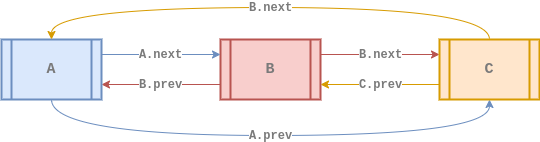
Earlier version of the draw.io export assets/data-structure/linked-list/cll-doubly.png (euisblue/vue-blog). Source tidied: cells renumbered, new cells last; positions are measured from the earlier drawing's top-left corner, leaving out a move shared by most shapes. The source it was exported from:
```xml
<mxGraphModel>
  <root>
    <mxCell id="0" />
    <mxCell id="1" parent="0" />
    <mxCell id="2" value="&lt;font face=&quot;Courier New&quot; color=&quot;#7a7a7a&quot; size=&quot;1&quot;&gt;&lt;b style=&quot;font-size: 12px&quot;&gt;B.next&lt;/b&gt;&lt;/font&gt;" style="edgeStyle=none;rounded=0;jettySize=auto;html=1;exitX=1;exitY=0.25;exitDx=0;exitDy=0;endArrow=classic;endFill=1;strokeColor=#b85450;strokeWidth=1;curved=1;entryX=0;entryY=0.25;entryDx=0;entryDy=0;fillColor=#f8cecc;" parent="1" edge="1" source="4" target="10">
      <mxGeometry x="0.01" relative="1" as="geometry" />
    </mxCell>
    <mxCell id="3" value="&lt;b style=&quot;color: rgb(122 , 122 , 122) ; font-family: &amp;#34;courier new&amp;#34;&quot;&gt;&lt;font style=&quot;font-size: 12px&quot;&gt;B.prev&lt;/font&gt;&lt;/b&gt;" style="rounded=0;jettySize=auto;html=1;exitX=0;exitY=0.75;exitDx=0;exitDy=0;entryX=1;entryY=0.75;entryDx=0;entryDy=0;strokeColor=#b85450;strokeWidth=1;fillColor=#f8cecc;" parent="1" edge="1" source="4" target="7">
      <mxGeometry relative="1" as="geometry" />
    </mxCell>
    <mxCell id="4" value="&lt;b&gt;&lt;font style=&quot;font-size: 15px&quot; face=&quot;Courier New&quot; color=&quot;#7a7a7a&quot;&gt;B&lt;/font&gt;&lt;/b&gt;" style="shape=process;whiteSpace=wrap;html=1;backgroundOutline=1;fillColor=#f8cecc;strokeColor=#b85450;gradientDirection=east;strokeWidth=2;shadow=0;glass=0;sketch=0;" parent="1" vertex="1">
      <mxGeometry x="219" y="32" width="100" height="60" as="geometry" />
    </mxCell>
    <mxCell id="5" value="&lt;b style=&quot;font-size: 11px ; font-style: normal ; letter-spacing: normal ; text-align: center ; text-indent: 0px ; text-transform: none ; word-spacing: 0px ; font-family: &amp;#34;courier new&amp;#34;&quot;&gt;&lt;font style=&quot;font-size: 12px&quot; color=&quot;#7a7a7a&quot;&gt;A.prev&lt;/font&gt;&lt;/b&gt;" style="edgeStyle=orthogonalEdgeStyle;curved=1;rounded=0;sketch=0;jettySize=auto;html=1;exitX=0.5;exitY=1;exitDx=0;exitDy=0;entryX=0.5;entryY=1;entryDx=0;entryDy=0;strokeWidth=1;strokeColor=#6c8ebf;fillColor=#dae8fc;" parent="1" edge="1" source="7" target="10">
      <mxGeometry relative="1" as="geometry">
        <Array as="points">
          <mxPoint x="50" y="128" />
          <mxPoint x="488" y="128" />
        </Array>
      </mxGeometry>
    </mxCell>
    <mxCell id="6" value="&lt;b style=&quot;font-size: 11px ; font-style: normal ; letter-spacing: normal ; text-align: center ; text-indent: 0px ; text-transform: none ; word-spacing: 0px ; font-family: &amp;#34;courier new&amp;#34;&quot;&gt;&lt;font style=&quot;font-size: 12px&quot; color=&quot;#7a7a7a&quot;&gt;A.next&lt;/font&gt;&lt;/b&gt;" style="edgeStyle=orthogonalEdgeStyle;curved=1;rounded=0;sketch=0;jettySize=auto;html=1;exitX=1;exitY=0.25;exitDx=0;exitDy=0;entryX=0;entryY=0.25;entryDx=0;entryDy=0;strokeColor=#6c8ebf;strokeWidth=1;fillColor=#dae8fc;" parent="1" edge="1" source="7" target="4">
      <mxGeometry x="-0.01" relative="1" as="geometry">
        <Array as="points">
          <mxPoint x="159" y="47" />
          <mxPoint x="159" y="47" />
        </Array>
      </mxGeometry>
    </mxCell>
    <mxCell id="7" value="&lt;div&gt;&lt;font color=&quot;#7a7a7a&quot; face=&quot;courier new&quot; style=&quot;font-size: 15px&quot;&gt;A&lt;/font&gt;&lt;/div&gt;" style="shape=process;whiteSpace=wrap;html=1;backgroundOutline=1;fillColor=#dae8fc;strokeColor=#6c8ebf;gradientDirection=east;strokeWidth=2;shadow=0;glass=0;align=center;sketch=0;fontStyle=1;" parent="1" vertex="1">
      <mxGeometry y="32" width="100" height="60" as="geometry" />
    </mxCell>
    <mxCell id="8" value="&lt;font color=&quot;#7a7a7a&quot; face=&quot;courier new&quot;&gt;&lt;span style=&quot;font-size: 12px&quot;&gt;&lt;b&gt;C.prev&lt;/b&gt;&lt;/span&gt;&lt;/font&gt;" style="edgeStyle=orthogonalEdgeStyle;curved=1;rounded=0;jettySize=auto;html=1;exitX=0;exitY=0.75;exitDx=0;exitDy=0;entryX=1;entryY=0.75;entryDx=0;entryDy=0;strokeColor=#d79b00;strokeWidth=1;fillColor=#ffe6cc;" parent="1" edge="1" source="10" target="4">
      <mxGeometry x="-0.01" relative="1" as="geometry" />
    </mxCell>
    <mxCell id="9" value="&lt;b style=&quot;font-size: 11px ; font-style: normal ; letter-spacing: normal ; text-align: center ; text-indent: 0px ; text-transform: none ; word-spacing: 0px ; color: rgb(122 , 122 , 122) ; font-family: &amp;#34;courier new&amp;#34;&quot;&gt;&lt;font style=&quot;font-size: 12px&quot;&gt;B.next&lt;/font&gt;&lt;/b&gt;" style="edgeStyle=orthogonalEdgeStyle;curved=1;rounded=0;sketch=0;jettySize=auto;html=1;exitX=0.5;exitY=0;exitDx=0;exitDy=0;entryX=0.5;entryY=0;entryDx=0;entryDy=0;strokeWidth=1;strokeColor=#d79b00;fillColor=#ffe6cc;" parent="1" edge="1" source="10" target="7">
      <mxGeometry relative="1" as="geometry">
        <Array as="points">
          <mxPoint x="488" />
          <mxPoint x="50" />
        </Array>
      </mxGeometry>
    </mxCell>
    <mxCell id="10" value="&lt;div&gt;&lt;font color=&quot;#7a7a7a&quot; face=&quot;courier new&quot; size=&quot;1&quot;&gt;&lt;b style=&quot;font-size: 15px&quot;&gt;C&lt;/b&gt;&lt;/font&gt;&lt;/div&gt;" style="shape=process;whiteSpace=wrap;html=1;backgroundOutline=1;fillColor=#ffe6cc;strokeColor=#d79b00;gradientDirection=east;strokeWidth=2;shadow=0;glass=0;align=center;sketch=0;" parent="1" vertex="1">
      <mxGeometry x="438" y="32" width="100" height="60" as="geometry" />
    </mxCell>
  </root>
</mxGraphModel>
```
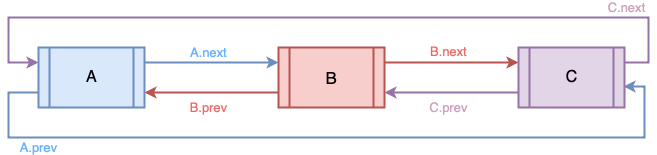
After the change.

Diff of the diagram source:
```diff
@@ -2,47 +2,56 @@
   <root>
     <mxCell id="0" />
     <mxCell id="1" parent="0" />
-    <mxCell id="2" value="&lt;font face=&quot;Courier New&quot; color=&quot;#7a7a7a&quot; size=&quot;1&quot;&gt;&lt;b style=&quot;font-size: 12px&quot;&gt;B.next&lt;/b&gt;&lt;/font&gt;" style="edgeStyle=none;rounded=0;jettySize=auto;html=1;exitX=1;exitY=0.25;exitDx=0;exitDy=0;endArrow=classic;endFill=1;strokeColor=#b85450;strokeWidth=1;curved=1;entryX=0;entryY=0.25;entryDx=0;entryDy=0;fillColor=#f8cecc;" parent="1" edge="1" source="4" target="10">
-      <mxGeometry x="0.01" relative="1" as="geometry" />
+    <mxCell id="2" value="&lt;font color=&quot;#66b2ff&quot; size=&quot;2&quot;&gt;&lt;span&gt;A.next&lt;/span&gt;&lt;/font&gt;" style="edgeStyle=orthogonalEdgeStyle;rounded=0;jettySize=auto;html=1;exitX=1;exitY=0.25;exitDx=0;exitDy=0;entryX=0;entryY=0.25;entryDx=0;entryDy=0;fillColor=#dae8fc;strokeColor=#6c8ebf;strokeWidth=2;labelBackgroundColor=none;labelBorderColor=none;fontFamily=Helvetica;" parent="1" edge="1" source="4" target="7">
+      <mxGeometry x="-0.04" y="10" relative="1" as="geometry">
+        <Array as="points">
+          <mxPoint x="201" y="279" />
+          <mxPoint x="201" y="279" />
+        </Array>
+      </mxGeometry>
     </mxCell>
-    <mxCell id="3" value="&lt;b style=&quot;color: rgb(122 , 122 , 122) ; font-family: &amp;#34;courier new&amp;#34;&quot;&gt;&lt;font style=&quot;font-size: 12px&quot;&gt;B.prev&lt;/font&gt;&lt;/b&gt;" style="rounded=0;jettySize=auto;html=1;exitX=0;exitY=0.75;exitDx=0;exitDy=0;entryX=1;entryY=0.75;entryDx=0;entryDy=0;strokeColor=#b85450;strokeWidth=1;fillColor=#f8cecc;" parent="1" edge="1" source="4" target="7">
-      <mxGeometry relative="1" as="geometry" />
+    <mxCell id="3" value="&lt;span style=&quot;color: rgb(102, 178, 255); font-family: helvetica; font-size: small; font-style: normal; font-weight: normal; letter-spacing: normal; text-align: center; text-indent: 0px; text-transform: none; word-spacing: 0px; text-decoration: none; display: inline; float: none;&quot;&gt;A.prev&lt;/span&gt;" style="edgeStyle=orthogonalEdgeStyle;rounded=0;jettySize=auto;html=1;exitX=0;exitY=0.75;exitDx=0;exitDy=0;entryX=0.991;entryY=0.65;entryDx=0;entryDy=0;entryPerimeter=0;labelBackgroundColor=none;strokeColor=#6c8ebf;strokeWidth=2;fontFamily=Helvetica;fontColor=#666666;align=center;fillColor=#dae8fc;" parent="1" edge="1" source="4" target="10">
+      <mxGeometry x="-0.73" y="-10" relative="1" as="geometry">
+        <Array as="points">
+          <mxPoint x="-9" y="309" />
+          <mxPoint x="-9" y="354" />
+          <mxPoint x="627" y="354" />
+          <mxPoint x="627" y="303" />
+        </Array>
+      </mxGeometry>
     </mxCell>
-    <mxCell id="4" value="&lt;b&gt;&lt;font style=&quot;font-size: 15px&quot; face=&quot;Courier New&quot; color=&quot;#7a7a7a&quot;&gt;B&lt;/font&gt;&lt;/b&gt;" style="shape=process;whiteSpace=wrap;html=1;backgroundOutline=1;fillColor=#f8cecc;strokeColor=#b85450;gradientDirection=east;strokeWidth=2;shadow=0;glass=0;sketch=0;" parent="1" vertex="1">
-      <mxGeometry x="219" y="32" width="100" height="60" as="geometry" />
+    <mxCell id="4" value="&lt;font&gt;&lt;font size=&quot;3&quot;&gt;A&lt;/font&gt;&lt;br&gt;&lt;/font&gt;" style="shape=process;whiteSpace=wrap;html=1;backgroundOutline=1;strokeWidth=2;fillColor=#dae8fc;strokeColor=#6c8ebf;fontStyle=0;fontFamily=Helvetica;fontSize=14;labelBackgroundColor=none;labelBorderColor=none;" parent="1" vertex="1">
+      <mxGeometry x="21" y="264" width="106" height="60" as="geometry" />
     </mxCell>
-    <mxCell id="5" value="&lt;b style=&quot;font-size: 11px ; font-style: normal ; letter-spacing: normal ; text-align: center ; text-indent: 0px ; text-transform: none ; word-spacing: 0px ; font-family: &amp;#34;courier new&amp;#34;&quot;&gt;&lt;font style=&quot;font-size: 12px&quot; color=&quot;#7a7a7a&quot;&gt;A.prev&lt;/font&gt;&lt;/b&gt;" style="edgeStyle=orthogonalEdgeStyle;curved=1;rounded=0;sketch=0;jettySize=auto;html=1;exitX=0.5;exitY=1;exitDx=0;exitDy=0;entryX=0.5;entryY=1;entryDx=0;entryDy=0;strokeWidth=1;strokeColor=#6c8ebf;fillColor=#dae8fc;" parent="1" edge="1" source="7" target="10">
-      <mxGeometry relative="1" as="geometry">
+    <mxCell id="5" value="&lt;font color=&quot;#ea6b66&quot; style=&quot;font-size: 13px ; line-height: 95%&quot;&gt;B.next&lt;/font&gt;" style="edgeStyle=orthogonalEdgeStyle;rounded=0;jettySize=auto;html=1;exitX=1;exitY=0.25;exitDx=0;exitDy=0;entryX=0;entryY=0.25;entryDx=0;entryDy=0;fillColor=#f8cecc;strokeColor=#b85450;strokeWidth=2;labelBackgroundColor=none;labelBorderColor=none;fontFamily=Helvetica;align=center;" parent="1" edge="1" source="7" target="10">
+      <mxGeometry x="-0.04" y="10" relative="1" as="geometry">
         <Array as="points">
-          <mxPoint x="50" y="128" />
-          <mxPoint x="488" y="128" />
+          <mxPoint x="431" y="279" />
+          <mxPoint x="431" y="279" />
         </Array>
       </mxGeometry>
     </mxCell>
-    <mxCell id="6" value="&lt;b style=&quot;font-size: 11px ; font-style: normal ; letter-spacing: normal ; text-align: center ; text-indent: 0px ; text-transform: none ; word-spacing: 0px ; font-family: &amp;#34;courier new&amp;#34;&quot;&gt;&lt;font style=&quot;font-size: 12px&quot; color=&quot;#7a7a7a&quot;&gt;A.next&lt;/font&gt;&lt;/b&gt;" style="edgeStyle=orthogonalEdgeStyle;curved=1;rounded=0;sketch=0;jettySize=auto;html=1;exitX=1;exitY=0.25;exitDx=0;exitDy=0;entryX=0;entryY=0.25;entryDx=0;entryDy=0;strokeColor=#6c8ebf;strokeWidth=1;fillColor=#dae8fc;" parent="1" edge="1" source="7" target="4">
-      <mxGeometry x="-0.01" relative="1" as="geometry">
-        <Array as="points">
-          <mxPoint x="159" y="47" />
-          <mxPoint x="159" y="47" />
-        </Array>
-      </mxGeometry>
+    <mxCell id="6" value="&lt;span style=&quot;color: rgb(234, 107, 102); font-family: helvetica; font-size: 13px; font-style: normal; font-weight: normal; letter-spacing: normal; text-align: center; text-indent: 0px; text-transform: none; word-spacing: 0px; text-decoration: none; display: inline; float: none;&quot;&gt;B.prev&lt;/span&gt;" style="edgeStyle=orthogonalEdgeStyle;rounded=0;jettySize=auto;html=1;exitX=0;exitY=0.75;exitDx=0;exitDy=0;entryX=1;entryY=0.75;entryDx=0;entryDy=0;labelBackgroundColor=none;strokeColor=#b85450;strokeWidth=2;fontFamily=Helvetica;fontColor=#666666;align=center;fillColor=#f8cecc;" parent="1" edge="1" source="7" target="4">
+      <mxGeometry x="0.04" y="15" relative="1" as="geometry" />
     </mxCell>
-    <mxCell id="7" value="&lt;div&gt;&lt;font color=&quot;#7a7a7a&quot; face=&quot;courier new&quot; style=&quot;font-size: 15px&quot;&gt;A&lt;/font&gt;&lt;/div&gt;" style="shape=process;whiteSpace=wrap;html=1;backgroundOutline=1;fillColor=#dae8fc;strokeColor=#6c8ebf;gradientDirection=east;strokeWidth=2;shadow=0;glass=0;align=center;sketch=0;fontStyle=1;" parent="1" vertex="1">
-      <mxGeometry y="32" width="100" height="60" as="geometry" />
+    <mxCell id="7" value="&lt;font&gt;&lt;font style=&quot;font-size: 17px&quot;&gt;B&lt;/font&gt;&lt;br&gt;&lt;/font&gt;" style="shape=process;whiteSpace=wrap;html=1;backgroundOutline=1;strokeWidth=2;fillColor=#f8cecc;strokeColor=#b85450;fontStyle=0;fontFamily=Helvetica;fontSize=14;labelBackgroundColor=none;labelBorderColor=none;" parent="1" vertex="1">
+      <mxGeometry x="261" y="264" width="106" height="60" as="geometry" />
     </mxCell>
-    <mxCell id="8" value="&lt;font color=&quot;#7a7a7a&quot; face=&quot;courier new&quot;&gt;&lt;span style=&quot;font-size: 12px&quot;&gt;&lt;b&gt;C.prev&lt;/b&gt;&lt;/span&gt;&lt;/font&gt;" style="edgeStyle=orthogonalEdgeStyle;curved=1;rounded=0;jettySize=auto;html=1;exitX=0;exitY=0.75;exitDx=0;exitDy=0;entryX=1;entryY=0.75;entryDx=0;entryDy=0;strokeColor=#d79b00;strokeWidth=1;fillColor=#ffe6cc;" parent="1" edge="1" source="10" target="4">
-      <mxGeometry x="-0.01" relative="1" as="geometry" />
+    <mxCell id="8" value="&lt;font color=&quot;#cda2be&quot; face=&quot;helvetica&quot; size=&quot;2&quot;&gt;&lt;span&gt;C.next&lt;/span&gt;&lt;/font&gt;" style="edgeStyle=orthogonalEdgeStyle;rounded=0;jettySize=auto;html=1;exitX=1;exitY=0.25;exitDx=0;exitDy=0;labelBackgroundColor=none;strokeWidth=2;fontFamily=Helvetica;fontColor=#666666;align=center;fillColor=#e1d5e7;strokeColor=#9673a6;entryX=0;entryY=0.25;entryDx=0;entryDy=0;" parent="1" edge="1" source="10" target="4">
+      <mxGeometry x="-0.77" y="-10" relative="1" as="geometry">
+        <Array as="points">
+          <mxPoint x="631" y="279" />
+          <mxPoint x="631" y="234" />
+          <mxPoint x="-9" y="234" />
+          <mxPoint x="-9" y="279" />
+        </Array>
+      </mxGeometry>
     </mxCell>
-    <mxCell id="9" value="&lt;b style=&quot;font-size: 11px ; font-style: normal ; letter-spacing: normal ; text-align: center ; text-indent: 0px ; text-transform: none ; word-spacing: 0px ; color: rgb(122 , 122 , 122) ; font-family: &amp;#34;courier new&amp;#34;&quot;&gt;&lt;font style=&quot;font-size: 12px&quot;&gt;B.next&lt;/font&gt;&lt;/b&gt;" style="edgeStyle=orthogonalEdgeStyle;curved=1;rounded=0;sketch=0;jettySize=auto;html=1;exitX=0.5;exitY=0;exitDx=0;exitDy=0;entryX=0.5;entryY=0;entryDx=0;entryDy=0;strokeWidth=1;strokeColor=#d79b00;fillColor=#ffe6cc;" parent="1" edge="1" source="10" target="7">
-      <mxGeometry relative="1" as="geometry">
-        <Array as="points">
-          <mxPoint x="488" />
-          <mxPoint x="50" />
-        </Array>
-      </mxGeometry>
+    <mxCell id="9" value="&lt;span style=&quot;color: rgb(205 , 162 , 190) ; font-family: &amp;#34;helvetica&amp;#34; ; font-size: small ; font-style: normal ; font-weight: normal ; letter-spacing: normal ; text-align: center ; text-indent: 0px ; text-transform: none ; word-spacing: 0px ; text-decoration: none ; display: inline ; float: none&quot;&gt;C.prev&lt;/span&gt;" style="edgeStyle=orthogonalEdgeStyle;rounded=0;jettySize=auto;html=1;exitX=0;exitY=0.75;exitDx=0;exitDy=0;entryX=1;entryY=0.75;entryDx=0;entryDy=0;labelBackgroundColor=none;strokeColor=#9673a6;strokeWidth=2;fontFamily=Helvetica;fontColor=#666666;align=center;fillColor=#e1d5e7;" parent="1" edge="1" source="10" target="7">
+      <mxGeometry x="0.04" y="15" relative="1" as="geometry" />
     </mxCell>
-    <mxCell id="10" value="&lt;div&gt;&lt;font color=&quot;#7a7a7a&quot; face=&quot;courier new&quot; size=&quot;1&quot;&gt;&lt;b style=&quot;font-size: 15px&quot;&gt;C&lt;/b&gt;&lt;/font&gt;&lt;/div&gt;" style="shape=process;whiteSpace=wrap;html=1;backgroundOutline=1;fillColor=#ffe6cc;strokeColor=#d79b00;gradientDirection=east;strokeWidth=2;shadow=0;glass=0;align=center;sketch=0;" parent="1" vertex="1">
-      <mxGeometry x="438" y="32" width="100" height="60" as="geometry" />
+    <mxCell id="10" value="&lt;font&gt;&lt;font size=&quot;3&quot;&gt;C&lt;/font&gt;&lt;br&gt;&lt;/font&gt;" style="shape=process;whiteSpace=wrap;html=1;backgroundOutline=1;strokeWidth=2;fillColor=#e1d5e7;strokeColor=#9673a6;fontStyle=0;fontFamily=Helvetica;fontSize=14;labelBackgroundColor=none;labelBorderColor=none;" parent="1" vertex="1">
+      <mxGeometry x="501" y="264" width="106" height="60" as="geometry" />
     </mxCell>
   </root>
 </mxGraphModel>
```
